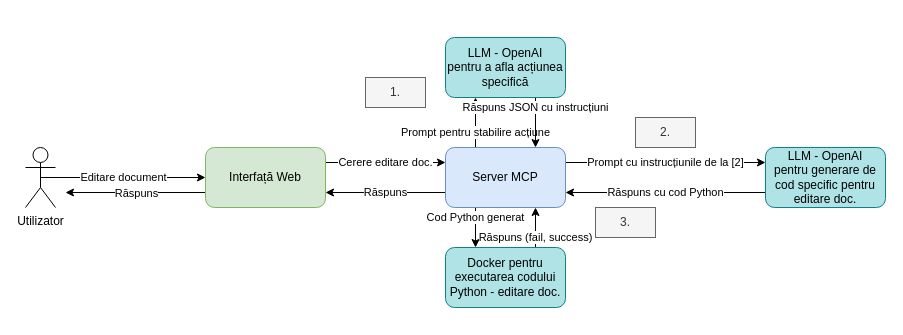
Earlier version of the draw.io diagram page "[RO] Document edit request" (5 of 6) of Docs/Arhitectura aplicatiei.drawio (popalexr/Document-Interrogation-System). Source tidied: cells renumbered, new cells numbered last; positions are measured from the earlier drawing's top-left corner, leaving out a move shared by most shapes. Both pictures are drawn from the tidied source at 100%, with x=0, y=0 at pixel (25, 37).
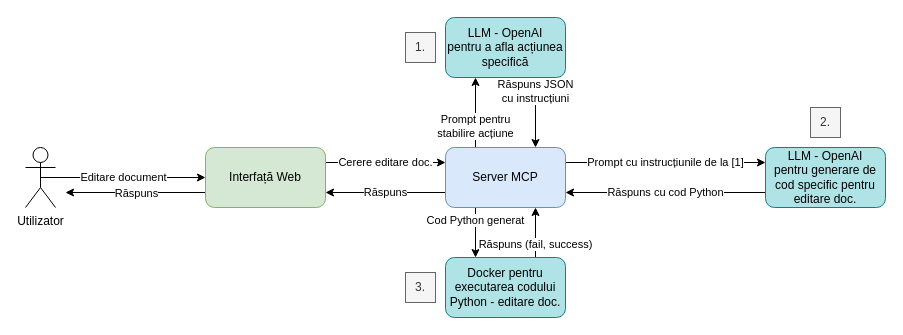
After the change.

Unchanged cells that the change refers to:
```xml
<mxCell id="11" value="Server MCP" style="rounded=1;whiteSpace=wrap;html=1;fillColor=#dae8fc;strokeColor=#6c8ebf;" parent="1" vertex="1">
  <mxGeometry x="420" y="110" width="120" height="60" as="geometry" />
</mxCell>
<mxCell id="16" value="LLM - OpenAI&lt;div&gt;pentru generare de cod specific pentru editare doc.&lt;/div&gt;" style="rounded=1;whiteSpace=wrap;html=1;fillColor=#b0e3e6;strokeColor=#0e8088;" parent="1" vertex="1">
  <mxGeometry x="740" y="110" width="120" height="60" as="geometry" />
</mxCell>
```

Diff of the diagram source:
```diff
@@
-    <mxCell id="7" value="Prompt cu instrucțiunile de la [2]" style="edgeStyle=orthogonalEdgeStyle;rounded=0;jettySize=auto;html=1;exitX=1;exitY=0.25;exitDx=0;exitDy=0;entryX=0;entryY=0.25;entryDx=0;entryDy=0;" parent="1" edge="1" source="11" target="16">
+    <mxCell id="7" value="Prompt cu instrucțiunile de la [1]" style="edgeStyle=orthogonalEdgeStyle;rounded=0;jettySize=auto;html=1;exitX=1;exitY=0.25;exitDx=0;exitDy=0;entryX=0;entryY=0.25;entryDx=0;entryDy=0;" parent="1" edge="1" source="11" target="16">
       <mxGeometry relative="1" as="geometry" />
     </mxCell>
-    <mxCell id="8" value="Prompt pentru stabilire acțiune" style="edgeStyle=orthogonalEdgeStyle;rounded=0;jettySize=auto;html=1;exitX=0.25;exitY=0;exitDx=0;exitDy=0;entryX=0.25;entryY=1;entryDx=0;entryDy=0;horizontal=1;" parent="1" edge="1" source="11" target="13">
+    <mxCell id="8" value="Prompt pentru&lt;div&gt;stabilire acțiune&lt;/div&gt;" style="edgeStyle=orthogonalEdgeStyle;rounded=0;jettySize=auto;html=1;exitX=0.25;exitY=0;exitDx=0;exitDy=0;entryX=0.25;entryY=1;entryDx=0;entryDy=0;horizontal=1;" parent="1" edge="1" source="11" target="13">
       <mxGeometry x="-0.41" relative="1" as="geometry" />
     </mxCell>
@@
-    <mxCell id="12" value="Răspuns JSON cu instrucțiuni" style="edgeStyle=orthogonalEdgeStyle;rounded=0;jettySize=auto;html=1;exitX=0.75;exitY=1;exitDx=0;exitDy=0;entryX=0.75;entryY=0;entryDx=0;entryDy=0;horizontal=1;" parent="1" edge="1" source="13" target="11">
+    <mxCell id="12" value="Răspuns JSON&lt;div&gt;cu instrucțiuni&lt;/div&gt;" style="edgeStyle=orthogonalEdgeStyle;rounded=0;jettySize=auto;html=1;exitX=0.75;exitY=1;exitDx=0;exitDy=0;entryX=0.75;entryY=0;entryDx=0;entryDy=0;horizontal=1;" parent="1" edge="1" source="13" target="11">
       <mxGeometry x="-0.6" relative="1" as="geometry" />
     </mxCell>
     <mxCell id="13" value="LLM - OpenAI&lt;div&gt;pentru a afla acțiunea specifică&lt;/div&gt;" style="rounded=1;whiteSpace=wrap;html=1;fillColor=#b0e3e6;strokeColor=#0e8088;" parent="1" vertex="1">
-      <mxGeometry x="420" width="120" height="60" as="geometry" />
+      <mxGeometry x="420" y="-20" width="120" height="60" as="geometry" />
     </mxCell>
     <mxCell id="14" value="1." style="text;html=1;whiteSpace=wrap;strokeColor=#666666;fillColor=#f5f5f5;align=center;verticalAlign=middle;rounded=0;fontColor=#333333;" parent="1" vertex="1">
-      <mxGeometry x="340" y="40" width="60" height="30" as="geometry" />
+      <mxGeometry x="380" y="-5" width="30" height="30" as="geometry" />
     </mxCell>
@@
     <mxCell id="17" value="2." style="text;html=1;whiteSpace=wrap;strokeColor=#666666;fillColor=#f5f5f5;align=center;verticalAlign=middle;rounded=0;fontColor=#333333;" parent="1" vertex="1">
-      <mxGeometry x="610" y="80" width="60" height="30" as="geometry" />
+      <mxGeometry x="785" y="70" width="30" height="30" as="geometry" />
     </mxCell>
@@
     <mxCell id="19" value="Docker pentru executarea codului Python - editare doc." style="rounded=1;whiteSpace=wrap;html=1;fillColor=#b0e3e6;strokeColor=#0e8088;" parent="1" vertex="1">
-      <mxGeometry x="420" y="210" width="120" height="60" as="geometry" />
+      <mxGeometry x="420" y="220" width="120" height="60" as="geometry" />
     </mxCell>
     <mxCell id="20" value="3." style="text;html=1;whiteSpace=wrap;strokeColor=#666666;fillColor=#f5f5f5;align=center;verticalAlign=middle;rounded=0;fontColor=#333333;" parent="1" vertex="1">
-      <mxGeometry x="570" y="170" width="60" height="30" as="geometry" />
+      <mxGeometry x="380" y="235" width="30" height="30" as="geometry" />
     </mxCell>
```
